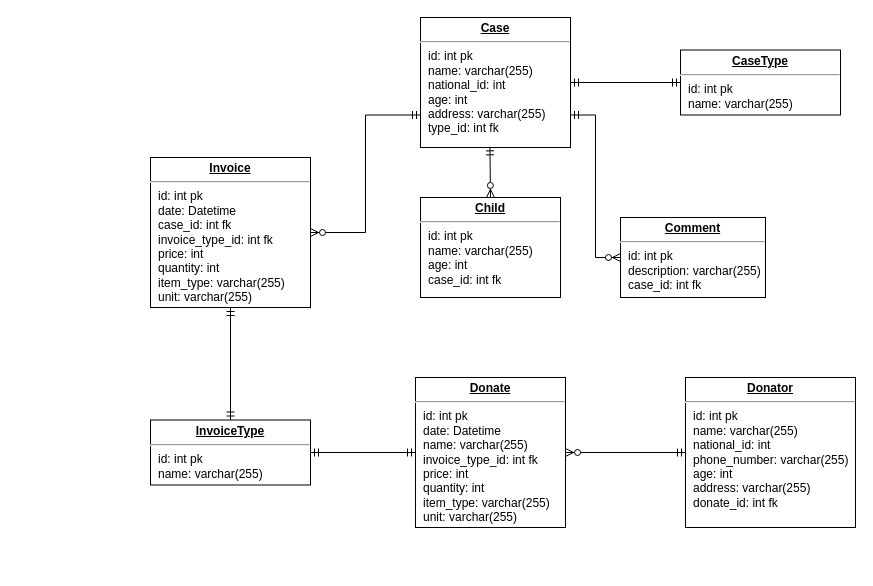
Earlier version of the draw.io diagram page "Page-1" (1 of 2) of database.drawio (MuhammadTarek10/charity-app). Source tidied: cells renumbered, new cells numbered last; positions are measured from the earlier drawing's top-left corner, leaving out a move shared by most shapes. Both pictures are drawn from the tidied source at 100%, with x=0, y=0 at pixel (150, 17).
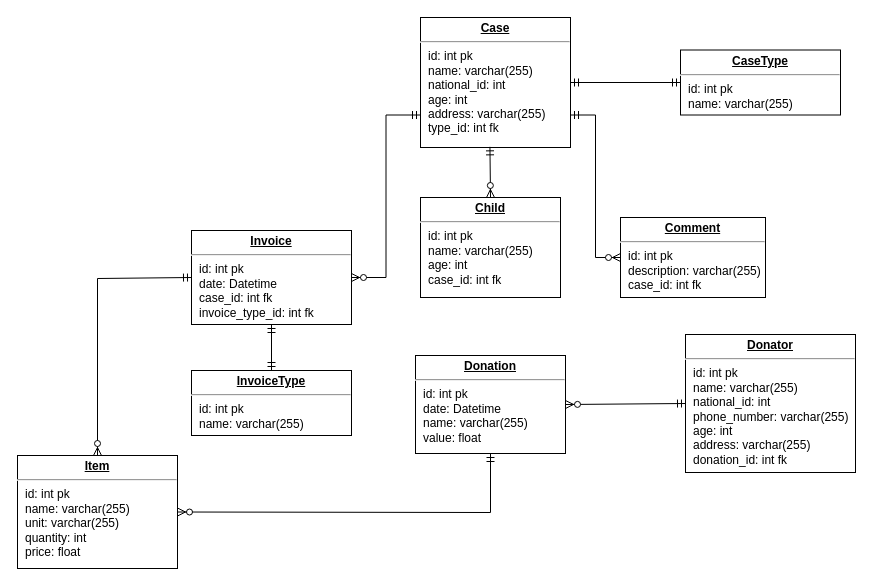
After the change.

Change to the diagram source:
```diff
@@
-    <mxCell id="9" value="&lt;p style=&quot;margin: 0px ; margin-top: 4px ; text-align: center ; text-decoration: underline&quot;&gt;&lt;b&gt;Invoice&lt;/b&gt;&lt;/p&gt;&lt;hr&gt;&lt;p style=&quot;margin: 0px ; margin-left: 8px&quot;&gt;id: int pk&lt;/p&gt;&lt;p style=&quot;margin: 0px ; margin-left: 8px&quot;&gt;date: Datetime&lt;/p&gt;&lt;p style=&quot;margin: 0px ; margin-left: 8px&quot;&gt;case_id: int fk&lt;/p&gt;&lt;p style=&quot;margin: 0px ; margin-left: 8px&quot;&gt;invoice_type_id: int fk&lt;/p&gt;&lt;p style=&quot;margin: 0px ; margin-left: 8px&quot;&gt;price: int&lt;/p&gt;&lt;p style=&quot;margin: 0px ; margin-left: 8px&quot;&gt;quantity: int&lt;/p&gt;&lt;p style=&quot;margin: 0px ; margin-left: 8px&quot;&gt;item_type: varchar(255)&lt;/p&gt;&lt;p style=&quot;margin: 0px ; margin-left: 8px&quot;&gt;unit: varchar(255)&lt;/p&gt;" style="verticalAlign=top;align=left;overflow=fill;fontSize=12;fontFamily=Helvetica;html=1;rounded=0;shadow=0;comic=0;labelBackgroundColor=none;strokeWidth=1;" parent="1" vertex="1">
-      <mxGeometry y="140" width="160" height="150" as="geometry" />
+    <mxCell id="9" value="&lt;p style=&quot;margin: 0px ; margin-top: 4px ; text-align: center ; text-decoration: underline&quot;&gt;&lt;b&gt;Invoice&lt;/b&gt;&lt;/p&gt;&lt;hr&gt;&lt;p style=&quot;margin: 0px ; margin-left: 8px&quot;&gt;id: int pk&lt;/p&gt;&lt;p style=&quot;margin: 0px ; margin-left: 8px&quot;&gt;date: Datetime&lt;/p&gt;&lt;p style=&quot;margin: 0px ; margin-left: 8px&quot;&gt;case_id: int fk&lt;/p&gt;&lt;p style=&quot;margin: 0px ; margin-left: 8px&quot;&gt;invoice_type_id: int fk&lt;/p&gt;&lt;p style=&quot;margin: 0px ; margin-left: 8px&quot;&gt;&lt;br&gt;&lt;/p&gt;" style="verticalAlign=top;align=left;overflow=fill;fontSize=12;fontFamily=Helvetica;html=1;rounded=0;shadow=0;comic=0;labelBackgroundColor=none;strokeWidth=1;" parent="1" vertex="1">
+      <mxGeometry x="41" y="213" width="160" height="94" as="geometry" />
     </mxCell>
@@
-    <mxCell id="11" value="&lt;p style=&quot;margin: 0px ; margin-top: 4px ; text-align: center ; text-decoration: underline&quot;&gt;&lt;b&gt;Donate&lt;/b&gt;&lt;/p&gt;&lt;hr&gt;&lt;p style=&quot;margin: 0px ; margin-left: 8px&quot;&gt;id: int pk&lt;/p&gt;&lt;p style=&quot;margin: 0px ; margin-left: 8px&quot;&gt;date: Datetime&lt;/p&gt;&lt;p style=&quot;margin: 0px ; margin-left: 8px&quot;&gt;name: varchar(255)&lt;/p&gt;&lt;p style=&quot;margin: 0px ; margin-left: 8px&quot;&gt;invoice_type_id: int fk&lt;/p&gt;&lt;p style=&quot;margin: 0px ; margin-left: 8px&quot;&gt;price: int&lt;/p&gt;&lt;p style=&quot;margin: 0px ; margin-left: 8px&quot;&gt;quantity: int&lt;/p&gt;&lt;p style=&quot;margin: 0px ; margin-left: 8px&quot;&gt;item_type: varchar(255)&lt;/p&gt;&lt;p style=&quot;margin: 0px ; margin-left: 8px&quot;&gt;unit: varchar(255)&lt;/p&gt;" style="verticalAlign=top;align=left;overflow=fill;fontSize=12;fontFamily=Helvetica;html=1;rounded=0;shadow=0;comic=0;labelBackgroundColor=none;strokeWidth=1;direction=west;" parent="1" vertex="1">
-      <mxGeometry x="265" y="360" width="150" height="150" as="geometry" />
+    <mxCell id="11" value="&lt;p style=&quot;margin: 0px ; margin-top: 4px ; text-align: center ; text-decoration: underline&quot;&gt;&lt;b&gt;Donation&lt;/b&gt;&lt;/p&gt;&lt;hr&gt;&lt;p style=&quot;margin: 0px ; margin-left: 8px&quot;&gt;id: int pk&lt;/p&gt;&lt;p style=&quot;margin: 0px ; margin-left: 8px&quot;&gt;date: Datetime&lt;/p&gt;&lt;p style=&quot;margin: 0px ; margin-left: 8px&quot;&gt;name: varchar(255)&lt;/p&gt;&lt;p style=&quot;margin: 0px ; margin-left: 8px&quot;&gt;&lt;span style=&quot;background-color: initial;&quot;&gt;value: float&lt;/span&gt;&lt;br&gt;&lt;/p&gt;" style="verticalAlign=top;align=left;overflow=fill;fontSize=12;fontFamily=Helvetica;html=1;rounded=0;shadow=0;comic=0;labelBackgroundColor=none;strokeWidth=1;direction=west;" parent="1" vertex="1">
+      <mxGeometry x="265" y="338" width="150" height="98" as="geometry" />
     </mxCell>
     <mxCell id="12" value="&lt;p style=&quot;margin: 0px ; margin-top: 4px ; text-align: center ; text-decoration: underline&quot;&gt;&lt;b&gt;InvoiceType&lt;/b&gt;&lt;/p&gt;&lt;hr&gt;&lt;p style=&quot;margin: 0px ; margin-left: 8px&quot;&gt;id: int pk&lt;/p&gt;&lt;p style=&quot;margin: 0px ; margin-left: 8px&quot;&gt;name: varchar(255)&lt;/p&gt;" style="verticalAlign=top;align=left;overflow=fill;fontSize=12;fontFamily=Helvetica;html=1;rounded=0;shadow=0;comic=0;labelBackgroundColor=none;strokeWidth=1;" parent="1" vertex="1">
-      <mxGeometry y="402.5" width="160" height="65" as="geometry" />
+      <mxGeometry x="41" y="353" width="160" height="65" as="geometry" />
     </mxCell>
-    <mxCell id="13" style="fontSize=12;html=1;endArrow=ERmandOne;startArrow=ERmandOne;rounded=0;exitX=1;exitY=0.5;exitDx=0;exitDy=0;" parent="1" edge="1" source="11" target="12">
-      <mxGeometry relative="1" as="geometry" />
-    </mxCell>
@@
-    <mxCell id="15" value="&lt;p style=&quot;margin: 0px ; margin-top: 4px ; text-align: center ; text-decoration: underline&quot;&gt;&lt;b&gt;Donator&lt;/b&gt;&lt;/p&gt;&lt;hr&gt;&lt;p style=&quot;margin: 0px ; margin-left: 8px&quot;&gt;id: int pk&lt;/p&gt;&lt;p style=&quot;margin: 0px ; margin-left: 8px&quot;&gt;name: varchar(255)&lt;/p&gt;&lt;p style=&quot;margin: 0px ; margin-left: 8px&quot;&gt;national_id: int&lt;/p&gt;&lt;p style=&quot;margin: 0px ; margin-left: 8px&quot;&gt;phone_number: varchar(255)&lt;/p&gt;&lt;p style=&quot;margin: 0px ; margin-left: 8px&quot;&gt;age: int&lt;/p&gt;&lt;p style=&quot;margin: 0px ; margin-left: 8px&quot;&gt;address: varchar(255)&lt;/p&gt;&lt;p style=&quot;margin: 0px ; margin-left: 8px&quot;&gt;donate_id: int fk&lt;/p&gt;" style="verticalAlign=top;align=left;overflow=fill;fontSize=12;fontFamily=Helvetica;html=1;rounded=0;shadow=0;comic=0;labelBackgroundColor=none;strokeWidth=1;" parent="1" vertex="1">
-      <mxGeometry x="535" y="360" width="170" height="150" as="geometry" />
+    <mxCell id="15" value="&lt;p style=&quot;margin: 0px ; margin-top: 4px ; text-align: center ; text-decoration: underline&quot;&gt;&lt;b&gt;Donator&lt;/b&gt;&lt;/p&gt;&lt;hr&gt;&lt;p style=&quot;margin: 0px ; margin-left: 8px&quot;&gt;id: int pk&lt;/p&gt;&lt;p style=&quot;margin: 0px ; margin-left: 8px&quot;&gt;name: varchar(255)&lt;/p&gt;&lt;p style=&quot;margin: 0px ; margin-left: 8px&quot;&gt;national_id: int&lt;/p&gt;&lt;p style=&quot;margin: 0px ; margin-left: 8px&quot;&gt;phone_number: varchar(255)&lt;/p&gt;&lt;p style=&quot;margin: 0px ; margin-left: 8px&quot;&gt;age: int&lt;/p&gt;&lt;p style=&quot;margin: 0px ; margin-left: 8px&quot;&gt;address: varchar(255)&lt;/p&gt;&lt;p style=&quot;margin: 0px ; margin-left: 8px&quot;&gt;donation_id: int fk&lt;/p&gt;" style="verticalAlign=top;align=left;overflow=fill;fontSize=12;fontFamily=Helvetica;html=1;rounded=0;shadow=0;comic=0;labelBackgroundColor=none;strokeWidth=1;" parent="1" vertex="1">
+      <mxGeometry x="535" y="317" width="170" height="138" as="geometry" />
     </mxCell>
@@
+    <mxCell id="17" value="&lt;p style=&quot;margin: 0px ; margin-top: 4px ; text-align: center ; text-decoration: underline&quot;&gt;&lt;b&gt;Item&lt;/b&gt;&lt;/p&gt;&lt;hr&gt;&lt;p style=&quot;margin: 0px ; margin-left: 8px&quot;&gt;id: int pk&lt;/p&gt;&lt;p style=&quot;margin: 0px ; margin-left: 8px&quot;&gt;name: varchar(255)&lt;/p&gt;&lt;p style=&quot;margin: 0px ; margin-left: 8px&quot;&gt;unit: varchar(255)&lt;/p&gt;&lt;p style=&quot;margin: 0px ; margin-left: 8px&quot;&gt;quantity: int&lt;/p&gt;&lt;p style=&quot;margin: 0px ; margin-left: 8px&quot;&gt;price: float&lt;/p&gt;" style="verticalAlign=top;align=left;overflow=fill;fontSize=12;fontFamily=Helvetica;html=1;rounded=0;shadow=0;comic=0;labelBackgroundColor=none;strokeWidth=1;" parent="1" vertex="1">
+      <mxGeometry x="-133" y="438" width="160" height="113" as="geometry" />
+    </mxCell>
+    <mxCell id="18" style="fontSize=12;html=1;endArrow=ERzeroToMany;startArrow=ERmandOne;rounded=0;entryX=1;entryY=0.5;entryDx=0;entryDy=0;exitX=0.5;exitY=0;exitDx=0;exitDy=0;" parent="1" edge="1" source="11" target="17">
+      <mxGeometry relative="1" as="geometry">
+        <Array as="points">
+          <mxPoint x="340" y="495" />
+        </Array>
+      </mxGeometry>
+    </mxCell>
+    <mxCell id="19" style="fontSize=12;html=1;endArrow=ERzeroToMany;startArrow=ERmandOne;rounded=0;exitX=0;exitY=0.5;exitDx=0;exitDy=0;entryX=0.5;entryY=0;entryDx=0;entryDy=0;" parent="1" edge="1" source="9" target="17">
+      <mxGeometry relative="1" as="geometry">
+        <Array as="points">
+          <mxPoint x="-53" y="261" />
+        </Array>
+      </mxGeometry>
+    </mxCell>
```
